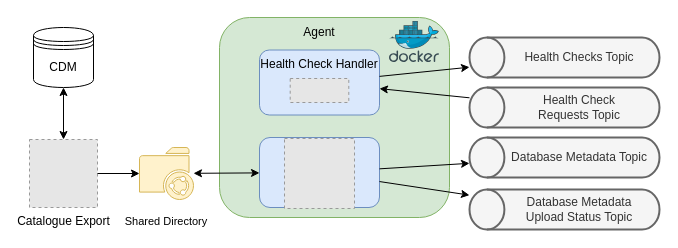
This is figs/04-extraction-update/agent-architecture.drawio from aspedrosa/masters-thesis, a draw.io file, before an edit. Source tidied: cells renumbered, new cells numbered last; positions are measured from the earlier drawing's top-left corner, leaving out a move shared by most shapes. Both pictures are drawn from the tidied source at 100%, with x=0, y=0 at pixel (29, 17). Pictures stored in the file or linked from it are replaced by grey dashed boxes.
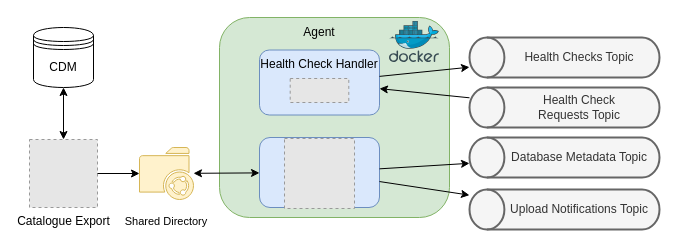
The same page after the edit.

Change to the diagram source:
```diff
@@
-    <mxCell id="22" value="Database Metadata&lt;br&gt;Upload Status Topic" style="strokeWidth=2;html=1;shape=mxgraph.flowchart.direct_data;whiteSpace=wrap;direction=west;fillColor=#f5f5f5;strokeColor=#666666;fontColor=#333333;spacingLeft=30;" parent="1" vertex="1">
+    <mxCell id="22" value="Upload Notifications Topic" style="strokeWidth=2;html=1;shape=mxgraph.flowchart.direct_data;whiteSpace=wrap;direction=west;fillColor=#f5f5f5;strokeColor=#666666;fontColor=#333333;spacingLeft=30;" parent="1" vertex="1">
       <mxGeometry x="440" y="172" width="190" height="40" as="geometry" />
     </mxCell>
```
